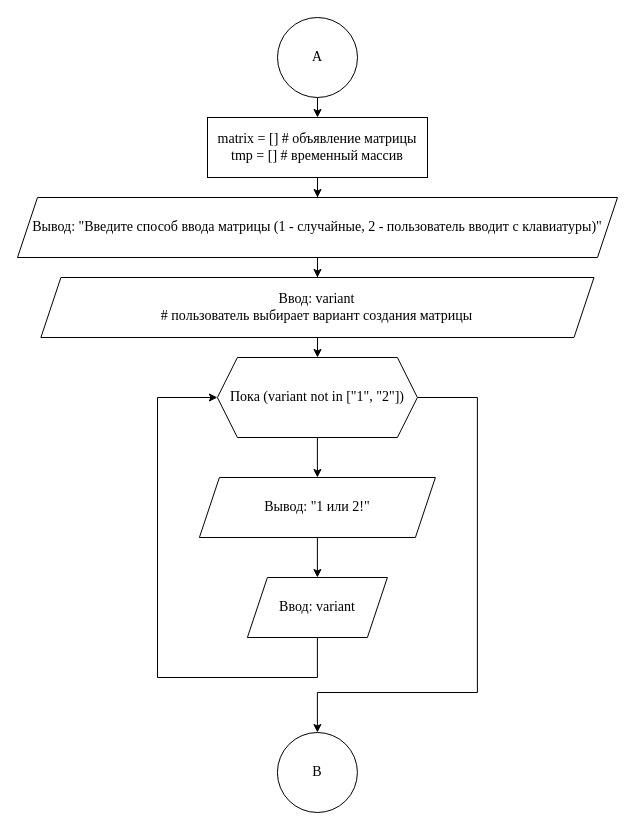
Before: page "Страница 2" (2 of 8) of 1 курс/1 семестр/Информатика/Практические работы/12/Диаграмма 12.drawio in Kirill010/RTU-MIREA, a draw.io diagram. Source tidied: cells renumbered, new cells numbered last; positions are measured from the earlier drawing's top-left corner, leaving out a move shared by most shapes. Both pictures are drawn from the tidied source at 100%, with x=0, y=0 at pixel (17, 17).
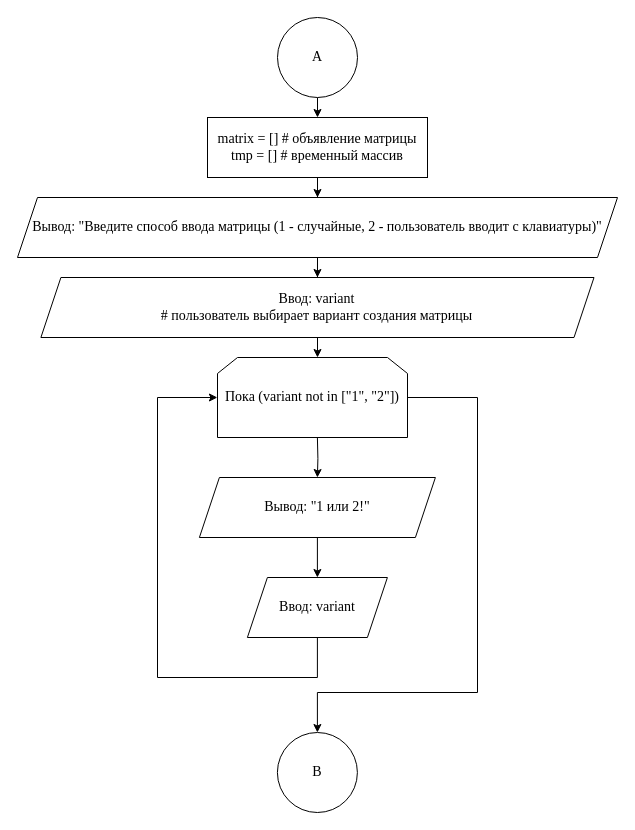
The same page after the edit.

The change refers to these unchanged cells:
```xml
<mxCell id="9" value="Ввод: variant&lt;br&gt;# пользователь выбирает вариант создания матрицы" style="shape=parallelogram;perimeter=parallelogramPerimeter;whiteSpace=wrap;html=1;fixedSize=1;fontFamily=Times New Roman;fontSize=14;" parent="1" vertex="1">
  <mxGeometry x="23.4" y="260" width="553.1" height="60" as="geometry" />
</mxCell>
<mxCell id="14" value="Вывод: &quot;1 или 2!&quot;" style="shape=parallelogram;perimeter=parallelogramPerimeter;whiteSpace=wrap;html=1;fixedSize=1;fontFamily=Times New Roman;fontSize=14;" parent="1" vertex="1">
  <mxGeometry x="181.9" y="460" width="236" height="60" as="geometry" />
</mxCell>
<mxCell id="16" value="Ввод: variant" style="shape=parallelogram;perimeter=parallelogramPerimeter;whiteSpace=wrap;html=1;fixedSize=1;fontFamily=Times New Roman;fontSize=14;" parent="1" vertex="1">
  <mxGeometry x="229.9" y="560" width="140" height="60" as="geometry" />
</mxCell>
<mxCell id="17" value="B" style="ellipse;whiteSpace=wrap;html=1;fontFamily=Times New Roman;fontSize=14;" parent="1" vertex="1">
  <mxGeometry x="259.9" y="715" width="80" height="80" as="geometry" />
</mxCell>
```

Diff of the diagram source:
```diff
@@
-    <mxCell id="8" style="edgeStyle=orthogonalEdgeStyle;rounded=0;jettySize=auto;html=1;entryX=0.5;entryY=0;entryDx=0;entryDy=0;fontFamily=Times New Roman;fontSize=14;" parent="1" edge="1" source="9" target="12">
-      <mxGeometry relative="1" as="geometry" />
+    <mxCell id="8" style="edgeStyle=orthogonalEdgeStyle;rounded=0;jettySize=auto;html=1;entryX=0.5;entryY=0;entryDx=0;entryDy=0;fontFamily=Times New Roman;fontSize=14;" parent="1" edge="1" source="9">
+      <mxGeometry relative="1" as="geometry">
+        <mxPoint x="299.9" y="340" as="targetPoint" />
+      </mxGeometry>
     </mxCell>
@@
-    <mxCell id="10" style="edgeStyle=orthogonalEdgeStyle;rounded=0;jettySize=auto;html=1;entryX=0.5;entryY=0;entryDx=0;entryDy=0;fontFamily=Times New Roman;fontSize=14;" parent="1" edge="1" source="12" target="14">
-      <mxGeometry relative="1" as="geometry" />
+    <mxCell id="10" style="edgeStyle=orthogonalEdgeStyle;rounded=0;jettySize=auto;html=1;entryX=0.5;entryY=0;entryDx=0;entryDy=0;fontFamily=Times New Roman;fontSize=14;" parent="1" edge="1" target="14">
+      <mxGeometry relative="1" as="geometry">
+        <mxPoint x="299.9" y="420" as="sourcePoint" />
+      </mxGeometry>
     </mxCell>
-    <mxCell id="11" style="edgeStyle=orthogonalEdgeStyle;rounded=0;jettySize=auto;html=1;fontFamily=Times New Roman;fontSize=14;entryX=0.5;entryY=0;entryDx=0;entryDy=0;" parent="1" edge="1" source="12" target="17">
+    <mxCell id="11" style="edgeStyle=orthogonalEdgeStyle;rounded=0;jettySize=auto;html=1;fontFamily=Times New Roman;fontSize=14;entryX=0.5;entryY=0;entryDx=0;entryDy=0;exitX=1;exitY=0.5;exitDx=0;exitDy=0;" parent="1" edge="1" source="12" target="17">
       <mxGeometry relative="1" as="geometry">
         <Array as="points">
-          <mxPoint x="459.9" y="380" />
-          <mxPoint x="459.9" y="675" />
-          <mxPoint x="299.9" y="675" />
+          <mxPoint x="460" y="380" />
+          <mxPoint x="460" y="675" />
+          <mxPoint x="300" y="675" />
         </Array>
       </mxGeometry>
     </mxCell>
-    <mxCell id="12" value="Пока (variant not in [&quot;1&quot;, &quot;2&quot;])" style="shape=hexagon;perimeter=hexagonPerimeter2;whiteSpace=wrap;html=1;fixedSize=1;fontFamily=Times New Roman;fontSize=14;" parent="1" vertex="1">
-      <mxGeometry x="199.9" y="340" width="200" height="80" as="geometry" />
-    </mxCell>
@@
-    <mxCell id="15" style="edgeStyle=orthogonalEdgeStyle;rounded=0;jettySize=auto;html=1;exitX=0.5;exitY=1;exitDx=0;exitDy=0;fontFamily=Times New Roman;fontSize=14;entryX=0;entryY=0.5;entryDx=0;entryDy=0;" parent="1" edge="1" source="16" target="12">
+    <mxCell id="15" style="edgeStyle=orthogonalEdgeStyle;rounded=0;jettySize=auto;html=1;exitX=0.5;exitY=1;exitDx=0;exitDy=0;fontFamily=Times New Roman;fontSize=14;entryX=0;entryY=0.5;entryDx=0;entryDy=0;" parent="1" edge="1" source="16">
       <mxGeometry relative="1" as="geometry">
+        <mxPoint x="199.9" y="380" as="targetPoint" />
         <Array as="points">
           <mxPoint x="300" y="660" />
           <mxPoint x="140" y="660" />
           <mxPoint x="140" y="380" />
         </Array>
       </mxGeometry>
     </mxCell>
@@
+    <mxCell id="12" value="&lt;span style=&quot;font-family: &amp;quot;Times New Roman&amp;quot;; font-size: 14px;&quot;&gt;Пока (variant not in [&quot;1&quot;, &quot;2&quot;])&lt;/span&gt;" style="shape=loopLimit;whiteSpace=wrap;html=1;" parent="1" vertex="1">
+      <mxGeometry x="200" y="340" width="190" height="80" as="geometry" />
+    </mxCell>
```
